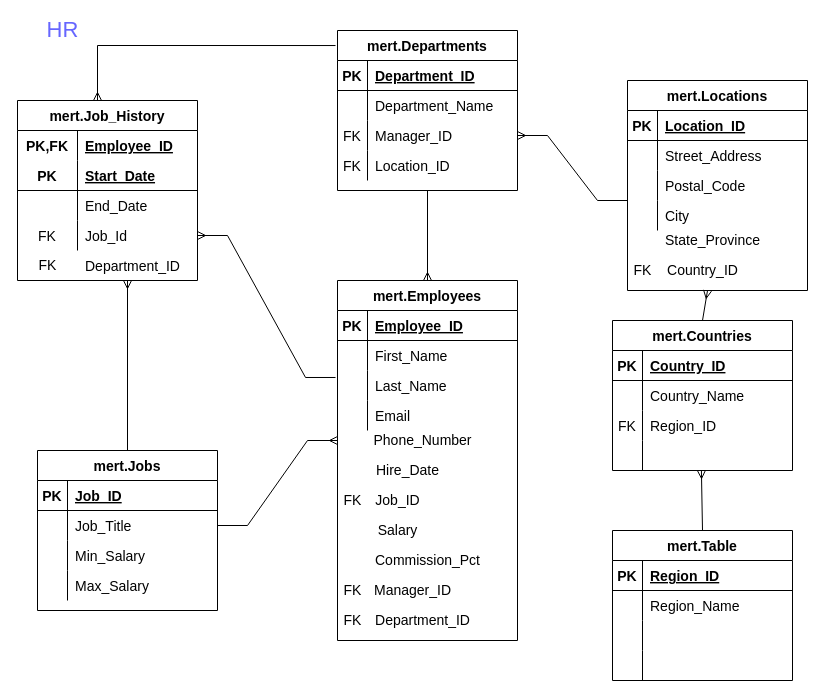
The draw.io diagram Untitled Diagram.drawio in GoMerKs/DrawIo, before the edit. Source tidied: cells renumbered, new cells numbered last; positions are measured from the earlier drawing's top-left corner, leaving out a move shared by most shapes. Both pictures are drawn from the tidied source at 100%, with x=0, y=0 at pixel (17, 20).
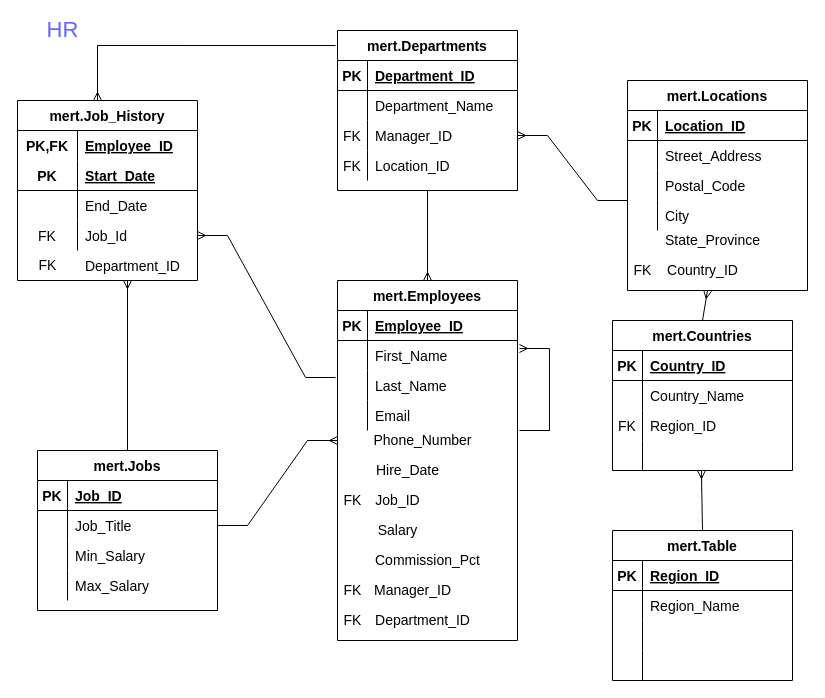
After the change.

Commit message:
Draw.ioNewChange

Unchanged cells that the change refers to:
```xml
<mxCell id="44" value="mert.Employees" style="shape=table;startSize=30;childLayout=tableLayout;rowLines=0;fontStyle=1;align=center;fontSize=14;fontColor=#000000;" parent="1" vertex="1">
  <mxGeometry x="320" y="260" width="180" height="360" as="geometry" />
</mxCell>
<mxCell id="48" style="shape=partialRectangle;fillColor=none;top=0;left=0;bottom=0;right=0;points=[[0,0.5],[1,0.5]];portConstraint=eastwest;fontSize=14;fontColor=#000000;" parent="44" vertex="1">
  <mxGeometry y="60" width="180" height="30" as="geometry" />
</mxCell>
<mxCell id="54" style="shape=partialRectangle;fillColor=none;top=0;left=0;bottom=0;right=0;points=[[0,0.5],[1,0.5]];portConstraint=eastwest;fontSize=14;fontColor=#000000;" parent="44" vertex="1">
  <mxGeometry y="120" width="180" height="30" as="geometry" />
</mxCell>
```

Change to the diagram source:
```diff
@@
+    <mxCell id="117" style="edgeStyle=entityRelationEdgeStyle;fontSize=12;html=1;endArrow=ERmany;rounded=0;fontColor=#000000;exitX=1.011;exitY=1;exitDx=0;exitDy=0;exitPerimeter=0;entryX=1.011;entryY=0.267;entryDx=0;entryDy=0;entryPerimeter=0;" parent="44" edge="1" source="54" target="48">
+      <mxGeometry relative="1" as="geometry" />
+    </mxCell>
```
